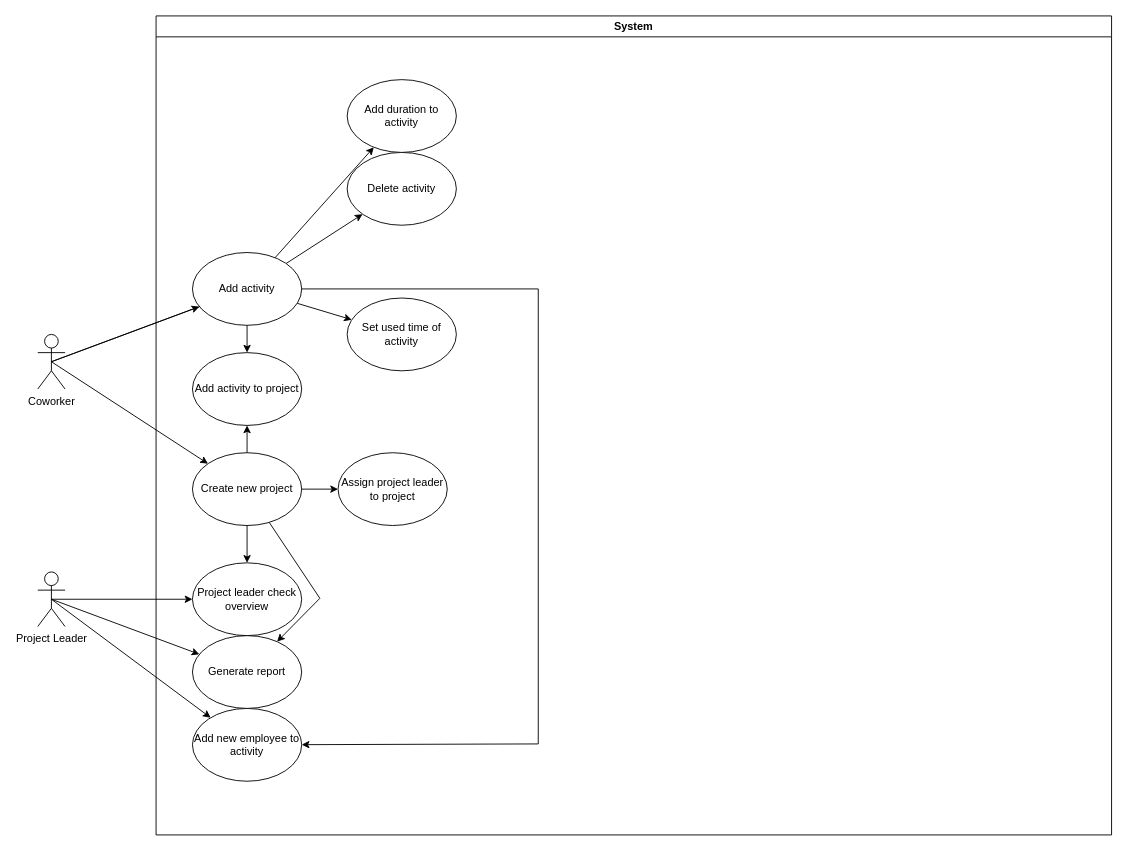
Buildasaurus/02161-Projekt keeps this draw.io diagram as Use cases.drawio. Above is the earlier version. Source tidied: cells renumbered, new cells numbered last; positions are measured from the earlier drawing's top-left corner, leaving out a move shared by most shapes. Both pictures are drawn from the tidied source at 91%, with x=0, y=0 at pixel (37, 15).
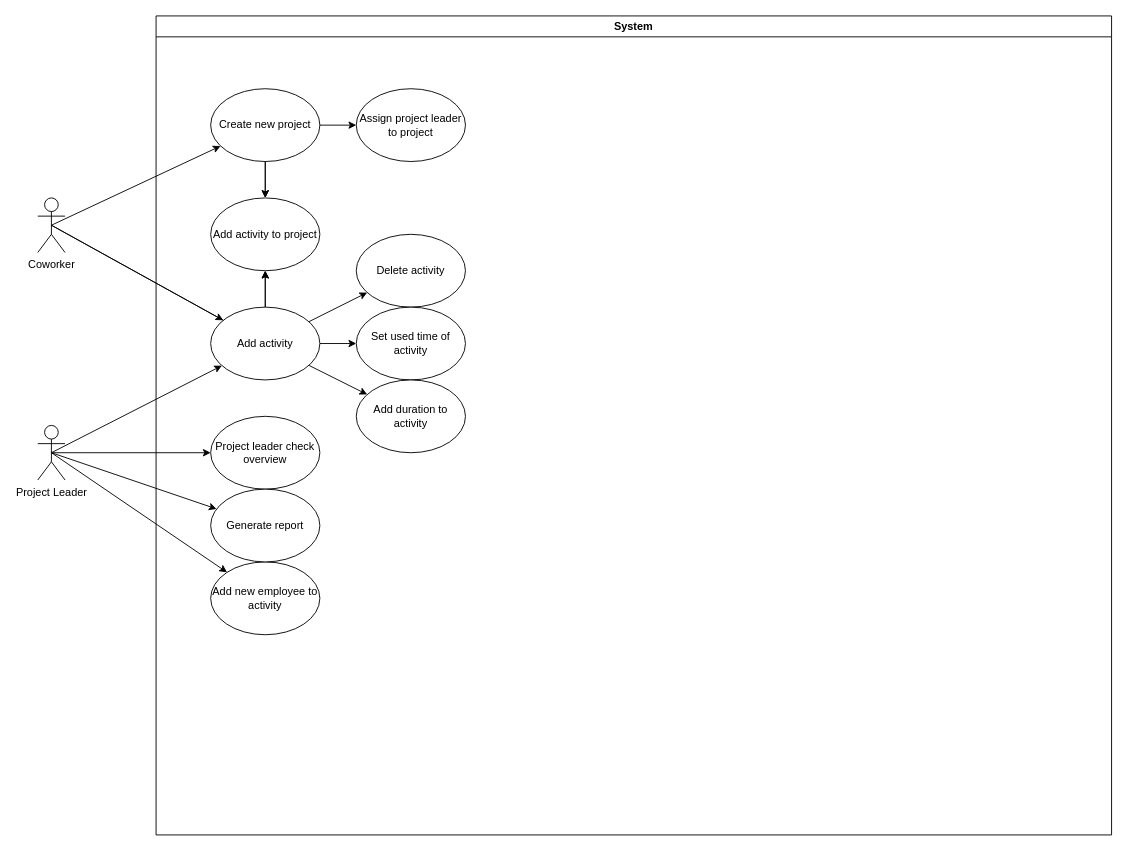
After the change.

Commit message (it also covers changes not shown here):
cleaner use cases

Unchanged cells that the change refers to:
```xml
<mxCell id="2" value="System" style="swimlane;" parent="1" vertex="1">
  <mxGeometry x="130" width="1050" height="900" as="geometry" />
</mxCell>
```

Change to the diagram source:
```diff
@@
-    <mxCell id="3" value="Assign project leader to project" style="ellipse;whiteSpace=wrap;html=1;" parent="2" vertex="1">
-      <mxGeometry x="200" y="480" width="120" height="80" as="geometry" />
-    </mxCell>
     <mxCell id="4" value="Delete activity" style="ellipse;whiteSpace=wrap;html=1;" parent="2" vertex="1">
-      <mxGeometry x="210" y="150" width="120" height="80" as="geometry" />
+      <mxGeometry x="220" y="240" width="120" height="80" as="geometry" />
     </mxCell>
     <mxCell id="5" value="Add new employee to activity" style="ellipse;whiteSpace=wrap;html=1;" parent="2" vertex="1">
-      <mxGeometry x="40" y="761" width="120" height="80" as="geometry" />
+      <mxGeometry x="60" y="600" width="120" height="80" as="geometry" />
     </mxCell>
     <mxCell id="6" value="Project leader check overview" style="ellipse;whiteSpace=wrap;html=1;" parent="2" vertex="1">
-      <mxGeometry x="40" y="601" width="120" height="80" as="geometry" />
+      <mxGeometry x="60" y="440" width="120" height="80" as="geometry" />
     </mxCell>
     <mxCell id="7" value="Set used time of activity" style="ellipse;whiteSpace=wrap;html=1;" parent="2" vertex="1">
-      <mxGeometry x="210" y="310" width="120" height="80" as="geometry" />
+      <mxGeometry x="220" y="320" width="120" height="80" as="geometry" />
     </mxCell>
     <mxCell id="8" value="Create new project" style="ellipse;whiteSpace=wrap;html=1;" parent="2" vertex="1">
-      <mxGeometry x="40" y="480" width="120" height="80" as="geometry" />
+      <mxGeometry x="60" y="80" width="120" height="80" as="geometry" />
     </mxCell>
@@
-    <mxCell id="10" value="Add activity to project" style="ellipse;whiteSpace=wrap;html=1;" parent="2" vertex="1">
-      <mxGeometry x="40" y="370" width="120" height="80" as="geometry" />
-    </mxCell>
-    <mxCell id="11" value="Add activity" style="ellipse;whiteSpace=wrap;html=1;" parent="2" vertex="1">
-      <mxGeometry x="40" y="260" width="120" height="80" as="geometry" />
-    </mxCell>
-    <mxCell id="12" style="endArrow=classic;html=1;rounded=0;startArrow=none;" parent="2" edge="1" source="11" target="5">
-      <mxGeometry relative="1" as="geometry">
-        <Array as="points">
-          <mxPoint x="420" y="300" />
-          <mxPoint x="420" y="800" />
-        </Array>
-      </mxGeometry>
-    </mxCell>
@@
     <mxCell id="17" value="Generate report" style="ellipse;whiteSpace=wrap;html=1;" parent="2" vertex="1">
-      <mxGeometry x="40" y="681" width="120" height="80" as="geometry" />
+      <mxGeometry x="60" y="520" width="120" height="80" as="geometry" />
     </mxCell>
     <mxCell id="18" value="Add duration to activity" style="ellipse;whiteSpace=wrap;html=1;" parent="2" vertex="1">
-      <mxGeometry x="210" y="70" width="120" height="80" as="geometry" />
+      <mxGeometry x="220" y="400" width="120" height="80" as="geometry" />
     </mxCell>
@@
-    <mxCell id="20" style="endArrow=classic;html=1;rounded=0;" parent="2" edge="1" source="8" target="6">
-      <mxGeometry relative="1" as="geometry" />
-    </mxCell>
-    <mxCell id="21" style="endArrow=classic;html=1;rounded=0;" parent="2" edge="1" source="8" target="17">
-      <mxGeometry relative="1" as="geometry">
-        <Array as="points">
-          <mxPoint x="180" y="640" />
-        </Array>
-      </mxGeometry>
-    </mxCell>
+    <mxCell id="3" value="Assign project leader to project" style="ellipse;whiteSpace=wrap;html=1;" parent="2" vertex="1">
+      <mxGeometry x="220" y="80" width="120" height="80" as="geometry" />
+    </mxCell>
+    <mxCell id="30" style="endArrow=classic;html=1;rounded=0;" parent="2" edge="1" source="11" target="10">
+      <mxGeometry relative="1" as="geometry" />
+    </mxCell>
+    <mxCell id="31" style="endArrow=classic;html=1;rounded=0;" parent="2" edge="1" source="8" target="10">
+      <mxGeometry relative="1" as="geometry" />
+    </mxCell>
+    <mxCell id="10" value="Add activity to project" style="ellipse;whiteSpace=wrap;html=1;" parent="2" vertex="1">
+      <mxGeometry x="60" y="200" width="120" height="80" as="geometry" />
+    </mxCell>
+    <mxCell id="11" value="Add activity" style="ellipse;whiteSpace=wrap;html=1;" parent="2" vertex="1">
+      <mxGeometry x="60" y="320" width="120" height="80" as="geometry" />
+    </mxCell>
     <mxCell id="22" value="Coworker" style="shape=umlActor;verticalLabelPosition=bottom;verticalAlign=top;html=1;outlineConnect=0;" parent="1" vertex="1">
-      <mxGeometry y="350" width="30" height="60" as="geometry" />
+      <mxGeometry y="200" width="30" height="60" as="geometry" />
     </mxCell>
@@
     <mxCell id="26" value="Project Leader" style="shape=umlActor;verticalLabelPosition=bottom;verticalAlign=top;html=1;outlineConnect=0;" parent="1" vertex="1">
-      <mxGeometry y="611" width="30" height="60" as="geometry" />
+      <mxGeometry y="450" width="30" height="60" as="geometry" />
     </mxCell>
-    <mxCell id="27" style="edgeStyle=orthogonalEdgeStyle;rounded=0;jettySize=auto;html=1;exitX=0.5;exitY=0.5;exitDx=0;exitDy=0;exitPerimeter=0;" parent="1" edge="1" source="26" target="6">
-      <mxGeometry relative="1" as="geometry" />
-    </mxCell>
@@
+    <mxCell id="32" style="endArrow=classic;html=1;rounded=0;exitX=0.5;exitY=0.5;exitDx=0;exitDy=0;exitPerimeter=0;" parent="1" edge="1" source="26" target="11">
+      <mxGeometry relative="1" as="geometry" />
+    </mxCell>
+    <mxCell id="27" style="endArrow=classic;html=1;rounded=0;exitX=0.5;exitY=0.5;exitDx=0;exitDy=0;exitPerimeter=0;" parent="1" edge="1" source="26" target="6">
+      <mxGeometry relative="1" as="geometry" />
+    </mxCell>
```
